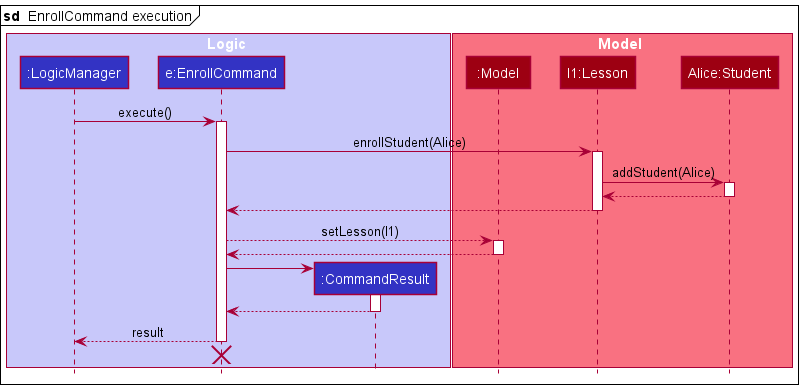
This is docs/images/DeveloperGuideImage/EnrollLessonSequenceDiagram1.png from nus-cs2103-AY2122S1/tp, a PlantUML export, as it was before one commit.
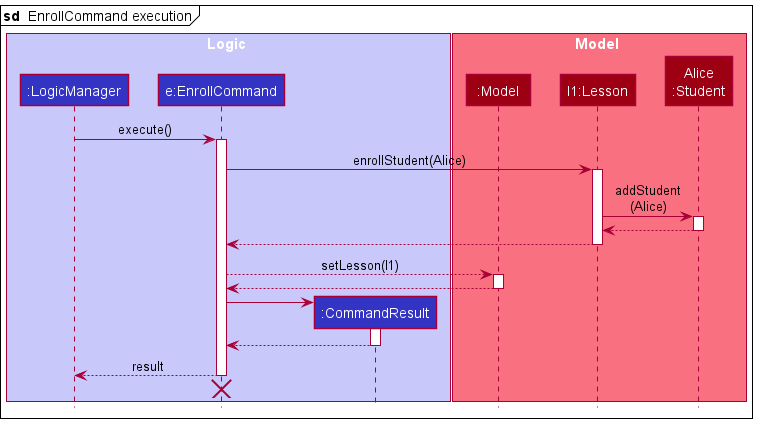
After the commit.

Change to the diagram source:
```diff
@@ -10,7 +10,7 @@
 box Model MODEL_COLOR_T1
 participant ":Model" as Model MODEL_COLOR
 participant "l1:Lesson" as Lesson MODEL_COLOR
-participant "Alice:Student" as Student MODEL_COLOR
+participant "Alice\n:Student" as Student MODEL_COLOR
 end box
 
 mainframe **sd**  EnrollCommand execution
@@ -21,7 +21,7 @@
 EnrollCommand -> Lesson : enrollStudent(Alice)
 activate Lesson
 
-Lesson -> Student : addStudent(Alice)
+Lesson -> Student : addStudent\n(Alice)
 activate Student
 
 Student --> Lesson
```
